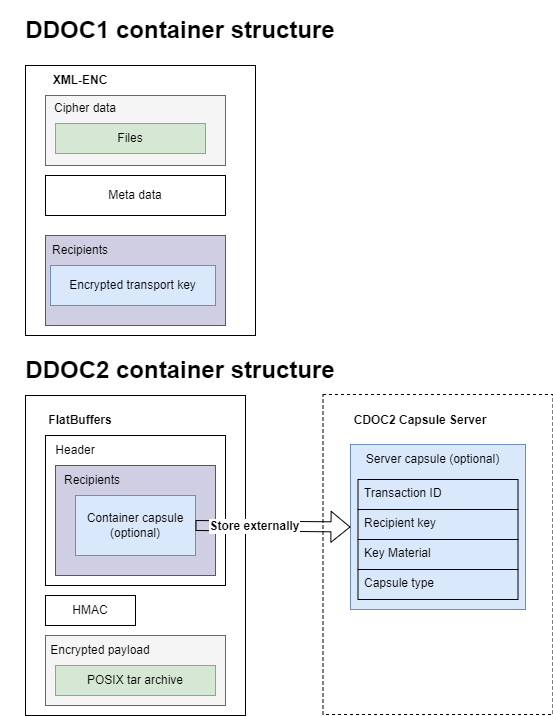
Before: cdoc2-system-docs/docs/img/server capsule-CDOC 1 VS 2.drawio.png, a diagram exported from draw.io (open-eid/CDOC2). Source tidied: cells renumbered, new cells last; positions are measured from the earlier drawing's top-left corner, leaving out a move shared by most shapes. Source of this version:
```xml
<mxGraphModel>
  <root>
    <mxCell id="0" />
    <mxCell id="1" parent="0" />
    <mxCell id="2" style="rounded=0;whiteSpace=wrap;html=1;" parent="1" vertex="1">
      <mxGeometry x="25" y="50" width="230" height="270" as="geometry" />
    </mxCell>
    <mxCell id="3" value="&lt;b&gt;XML-ENC&lt;/b&gt;" style="text;html=1;align=center;verticalAlign=middle;whiteSpace=wrap;rounded=0;" parent="1" vertex="1">
      <mxGeometry x="35" y="50" width="90" height="30" as="geometry" />
    </mxCell>
    <mxCell id="4" style="rounded=0;whiteSpace=wrap;html=1;fillColor=#f5f5f5;fontColor=#333333;strokeColor=#666666;" parent="1" vertex="1">
      <mxGeometry x="45" y="80" width="180" height="70" as="geometry" />
    </mxCell>
    <mxCell id="5" value="&lt;h1&gt;DDOC1 container structure&lt;/h1&gt;" style="text;html=1;align=center;verticalAlign=middle;whiteSpace=wrap;rounded=0;" parent="1" vertex="1">
      <mxGeometry width="360" height="30" as="geometry" />
    </mxCell>
    <mxCell id="6" value="&lt;h1&gt;DDOC2 container structure&lt;/h1&gt;" style="text;html=1;align=center;verticalAlign=middle;whiteSpace=wrap;rounded=0;" parent="1" vertex="1">
      <mxGeometry y="340" width="360" height="30" as="geometry" />
    </mxCell>
    <mxCell id="7" style="rounded=0;whiteSpace=wrap;html=1;" parent="1" vertex="1">
      <mxGeometry x="25" y="380" width="220" height="320" as="geometry" />
    </mxCell>
    <mxCell id="8" value="&lt;b&gt;FlatBuffers&lt;/b&gt;" style="text;html=1;align=center;verticalAlign=middle;whiteSpace=wrap;rounded=0;" parent="1" vertex="1">
      <mxGeometry x="35" y="390" width="90" height="30" as="geometry" />
    </mxCell>
    <mxCell id="9" style="rounded=0;whiteSpace=wrap;html=1;" parent="1" vertex="1">
      <mxGeometry x="45" y="420" width="180" height="150" as="geometry" />
    </mxCell>
    <mxCell id="10" value="Header" style="text;html=1;align=center;verticalAlign=middle;whiteSpace=wrap;rounded=0;" parent="1" vertex="1">
      <mxGeometry x="45" y="420" width="60" height="30" as="geometry" />
    </mxCell>
    <mxCell id="11" style="rounded=0;whiteSpace=wrap;html=1;fillColor=#f5f5f5;fontColor=#333333;strokeColor=#666666;" parent="1" vertex="1">
      <mxGeometry x="45" y="620" width="180" height="70" as="geometry" />
    </mxCell>
    <mxCell id="12" style="rounded=0;whiteSpace=wrap;html=1;fillColor=#d0cee2;strokeColor=#56517e;" parent="1" vertex="1">
      <mxGeometry x="55" y="450" width="160" height="110" as="geometry" />
    </mxCell>
    <mxCell id="13" value="Recipients" style="text;html=1;align=center;verticalAlign=middle;whiteSpace=wrap;rounded=0;" parent="1" vertex="1">
      <mxGeometry x="62" y="450" width="60" height="30" as="geometry" />
    </mxCell>
    <mxCell id="14" value="HMAC" style="rounded=0;whiteSpace=wrap;html=1;" parent="1" vertex="1">
      <mxGeometry x="45" y="580" width="90" height="30" as="geometry" />
    </mxCell>
    <mxCell id="15" value="Container capsule&lt;br&gt;(optional)" style="rounded=0;whiteSpace=wrap;html=1;fillColor=#dae8fc;strokeColor=#6c8ebf;" parent="1" vertex="1">
      <mxGeometry x="75" y="480" width="120" height="60" as="geometry" />
    </mxCell>
    <mxCell id="16" style="rounded=0;whiteSpace=wrap;html=1;dashed=1;" parent="1" vertex="1">
      <mxGeometry x="322.5" y="379" width="230" height="320" as="geometry" />
    </mxCell>
    <mxCell id="17" value="&lt;b&gt;CDOC2 Capsule Server&lt;/b&gt;" style="text;html=1;align=center;verticalAlign=middle;whiteSpace=wrap;rounded=0;" parent="1" vertex="1">
      <mxGeometry x="350" y="390" width="140" height="30" as="geometry" />
    </mxCell>
    <mxCell id="18" style="rounded=0;whiteSpace=wrap;html=1;fillColor=#dae8fc;strokeColor=#6c8ebf;" parent="1" vertex="1">
      <mxGeometry x="350" y="429" width="175" height="165" as="geometry" />
    </mxCell>
    <mxCell id="19" style="shape=flexArrow;endArrow=classic;html=1;rounded=0;exitX=1;exitY=0.5;exitDx=0;exitDy=0;entryX=0;entryY=0.5;entryDx=0;entryDy=0;" parent="1" edge="1" source="15" target="18">
      <mxGeometry relative="1" as="geometry" />
    </mxCell>
    <mxCell id="20" value="&lt;font style=&quot;font-size: 12px;&quot;&gt;&lt;b&gt;Store externally&lt;/b&gt;&lt;/font&gt;" style="edgeLabel;html=1;align=center;verticalAlign=middle;" parent="19" vertex="1">
      <mxGeometry x="-0.24" relative="1" as="geometry" />
    </mxCell>
    <mxCell id="21" value="Server capsule (optional)" style="text;html=1;align=center;verticalAlign=middle;whiteSpace=wrap;rounded=0;" parent="1" vertex="1">
      <mxGeometry x="350" y="429" width="165" height="30" as="geometry" />
    </mxCell>
    <mxCell id="22" value="Transaction ID" style="text;strokeColor=default;fillColor=none;spacingLeft=4;spacingRight=4;overflow=hidden;fontSize=12;whiteSpace=wrap;html=1;" parent="1" vertex="1">
      <mxGeometry x="357.5" y="464" width="160" height="30" as="geometry" />
    </mxCell>
    <mxCell id="23" value="Recipient key" style="text;strokeColor=default;fillColor=none;spacingLeft=4;spacingRight=4;overflow=hidden;fontSize=12;whiteSpace=wrap;html=1;" parent="1" vertex="1">
      <mxGeometry x="357.5" y="494" width="160" height="30" as="geometry" />
    </mxCell>
    <mxCell id="24" value="Key Material" style="text;strokeColor=default;fillColor=none;spacingLeft=4;spacingRight=4;overflow=hidden;fontSize=12;whiteSpace=wrap;html=1;" parent="1" vertex="1">
      <mxGeometry x="357.5" y="524" width="160" height="30" as="geometry" />
    </mxCell>
    <mxCell id="25" value="Capsule type" style="text;strokeColor=default;fillColor=none;spacingLeft=4;spacingRight=4;overflow=hidden;fontSize=12;whiteSpace=wrap;html=1;" parent="1" vertex="1">
      <mxGeometry x="357.5" y="554" width="160" height="30" as="geometry" />
    </mxCell>
    <mxCell id="26" value="Encrypted payload" style="text;html=1;align=center;verticalAlign=middle;whiteSpace=wrap;rounded=0;" parent="1" vertex="1">
      <mxGeometry x="45" y="620" width="110" height="30" as="geometry" />
    </mxCell>
    <mxCell id="27" value="POSIX tar archive" style="rounded=0;whiteSpace=wrap;html=1;fillColor=#d5e8d4;strokeColor=#82b366;" parent="1" vertex="1">
      <mxGeometry x="55" y="650" width="160" height="30" as="geometry" />
    </mxCell>
    <mxCell id="28" value="Cipher data" style="text;html=1;align=center;verticalAlign=middle;whiteSpace=wrap;rounded=0;" parent="1" vertex="1">
      <mxGeometry x="45" y="78" width="80" height="30" as="geometry" />
    </mxCell>
    <mxCell id="29" value="Files" style="rounded=0;whiteSpace=wrap;html=1;fillColor=#d5e8d4;strokeColor=#82b366;" parent="1" vertex="1">
      <mxGeometry x="55" y="108" width="150" height="30" as="geometry" />
    </mxCell>
    <mxCell id="30" style="rounded=0;whiteSpace=wrap;html=1;fillColor=#d0cee2;strokeColor=#56517e;" parent="1" vertex="1">
      <mxGeometry x="45" y="220" width="180" height="90" as="geometry" />
    </mxCell>
    <mxCell id="31" value="Recipients" style="text;html=1;align=center;verticalAlign=middle;whiteSpace=wrap;rounded=0;" parent="1" vertex="1">
      <mxGeometry x="50" y="220" width="60" height="30" as="geometry" />
    </mxCell>
    <mxCell id="32" value="Encrypted transport key" style="rounded=0;whiteSpace=wrap;html=1;fillColor=#dae8fc;strokeColor=#6c8ebf;" parent="1" vertex="1">
      <mxGeometry x="50" y="250" width="165" height="40" as="geometry" />
    </mxCell>
    <mxCell id="33" value="Meta data" style="rounded=0;whiteSpace=wrap;html=1;" parent="1" vertex="1">
      <mxGeometry x="45" y="160" width="180" height="40" as="geometry" />
    </mxCell>
  </root>
</mxGraphModel>
```
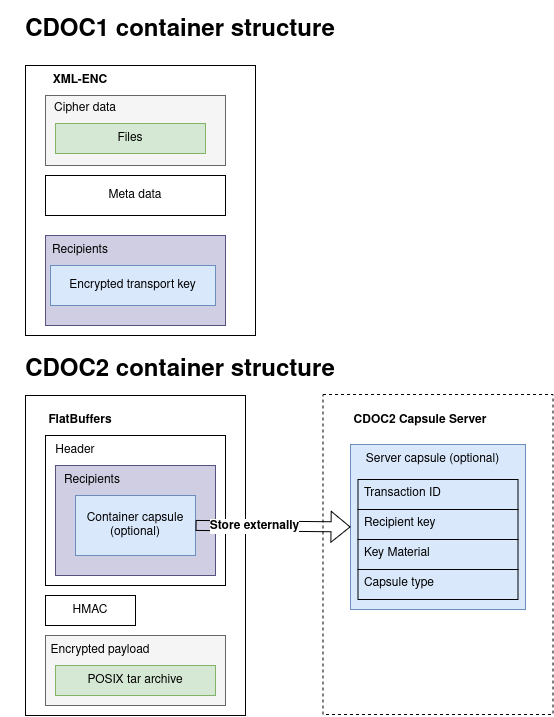
After the change.

Commit message:
CDOC-217: JPG diagrams replaced with PNG versions

Change to the diagram source:
```diff
@@ -11,10 +11,10 @@
     <mxCell id="4" style="rounded=0;whiteSpace=wrap;html=1;fillColor=#f5f5f5;fontColor=#333333;strokeColor=#666666;" parent="1" vertex="1">
       <mxGeometry x="45" y="80" width="180" height="70" as="geometry" />
     </mxCell>
-    <mxCell id="5" value="&lt;h1&gt;DDOC1 container structure&lt;/h1&gt;" style="text;html=1;align=center;verticalAlign=middle;whiteSpace=wrap;rounded=0;" parent="1" vertex="1">
+    <mxCell id="5" value="&lt;h1&gt;CDOC1 container structure&lt;/h1&gt;" style="text;html=1;align=center;verticalAlign=middle;whiteSpace=wrap;rounded=0;" parent="1" vertex="1">
       <mxGeometry width="360" height="30" as="geometry" />
     </mxCell>
-    <mxCell id="6" value="&lt;h1&gt;DDOC2 container structure&lt;/h1&gt;" style="text;html=1;align=center;verticalAlign=middle;whiteSpace=wrap;rounded=0;" parent="1" vertex="1">
+    <mxCell id="6" value="&lt;h1&gt;CDOC2 container structure&lt;/h1&gt;" style="text;html=1;align=center;verticalAlign=middle;whiteSpace=wrap;rounded=0;" parent="1" vertex="1">
       <mxGeometry y="340" width="360" height="30" as="geometry" />
     </mxCell>
     <mxCell id="7" style="rounded=0;whiteSpace=wrap;html=1;" parent="1" vertex="1">
```
